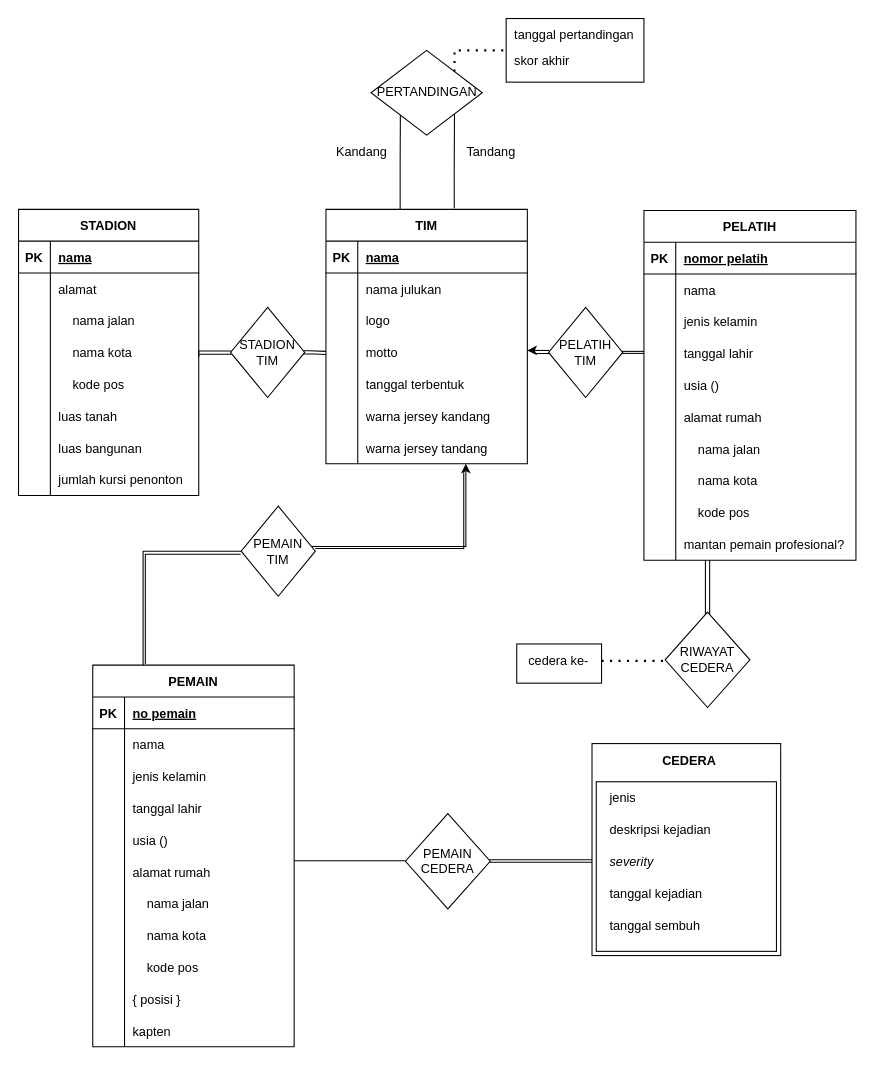
This is Untitled Diagram.drawio from codfikri/coursera-test, a draw.io file, before an edit. Source tidied: cells renumbered, new cells numbered last; positions are measured from the earlier drawing's top-left corner, leaving out a move shared by most shapes. Both pictures are drawn from the tidied source at 106%, with x=0, y=0 at pixel (18, 18).
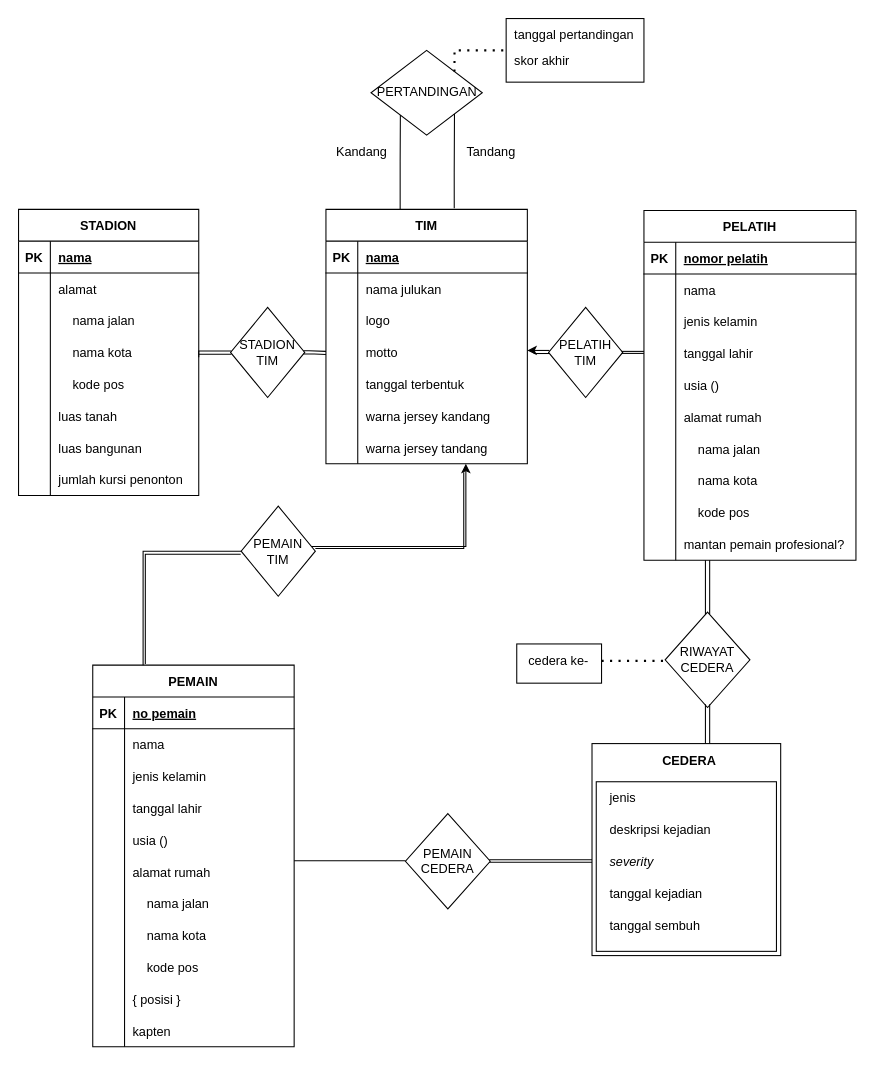
After the change.

Diff of the diagram source:
```diff
@@
+    <mxCell id="180" style="line;strokeWidth=1;direction=south;html=1;align=right;" parent="1" vertex="1">
+      <mxGeometry x="643" y="647" width="10" height="37" as="geometry" />
+    </mxCell>
+    <mxCell id="181" style="line;strokeWidth=1;direction=south;html=1;align=right;" parent="1" vertex="1">
+      <mxGeometry x="647" y="647" width="10" height="37" as="geometry" />
+    </mxCell>
```
